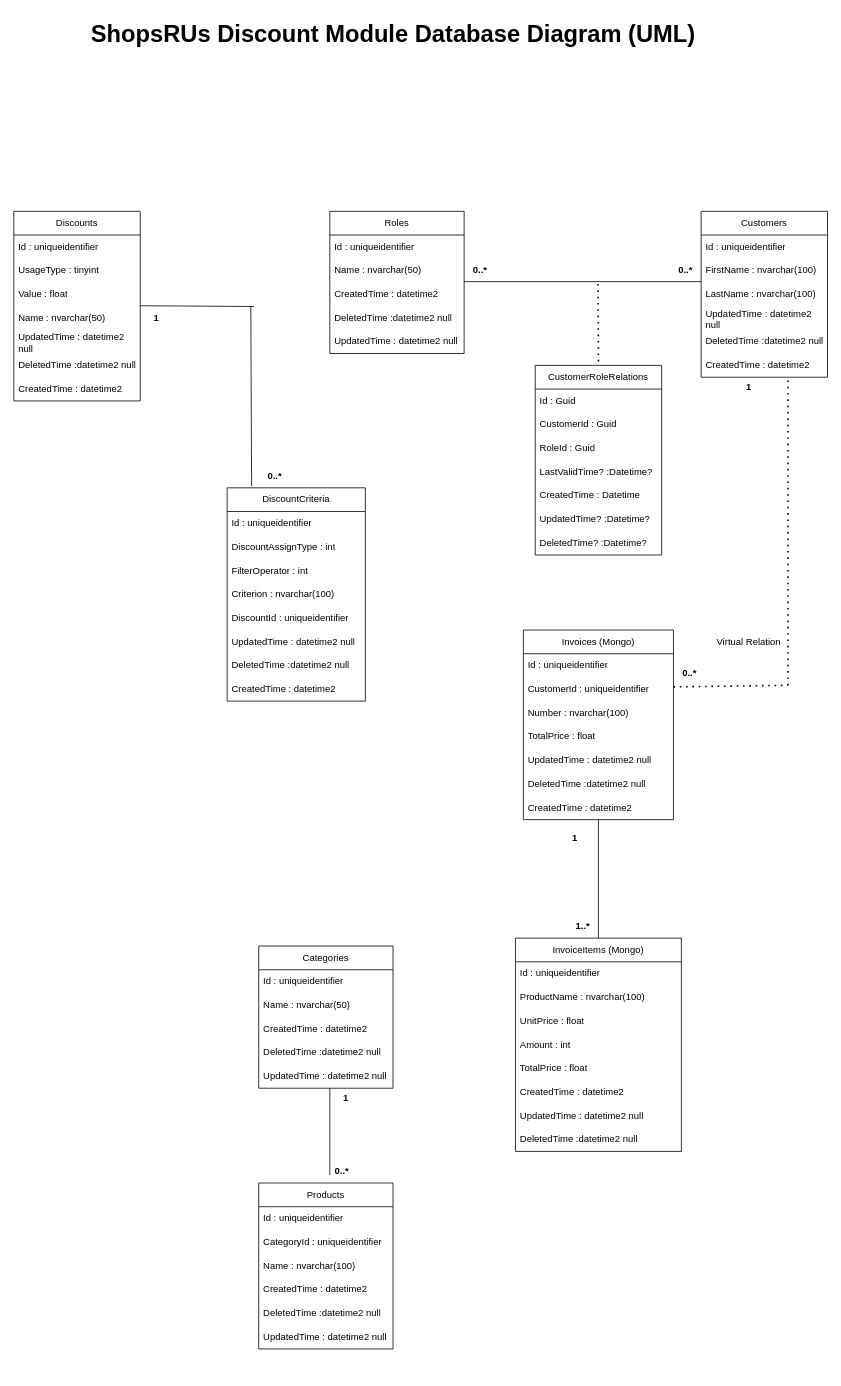
This is _DbUml/db_uml.drawio from alperbasda/Shop, a draw.io file, before an edit. Source tidied: cells renumbered, new cells numbered last; positions are measured from the earlier drawing's top-left corner, leaving out a move shared by most shapes. Both pictures are drawn from the tidied source at 79%, with x=0, y=0 at pixel (13, 13).
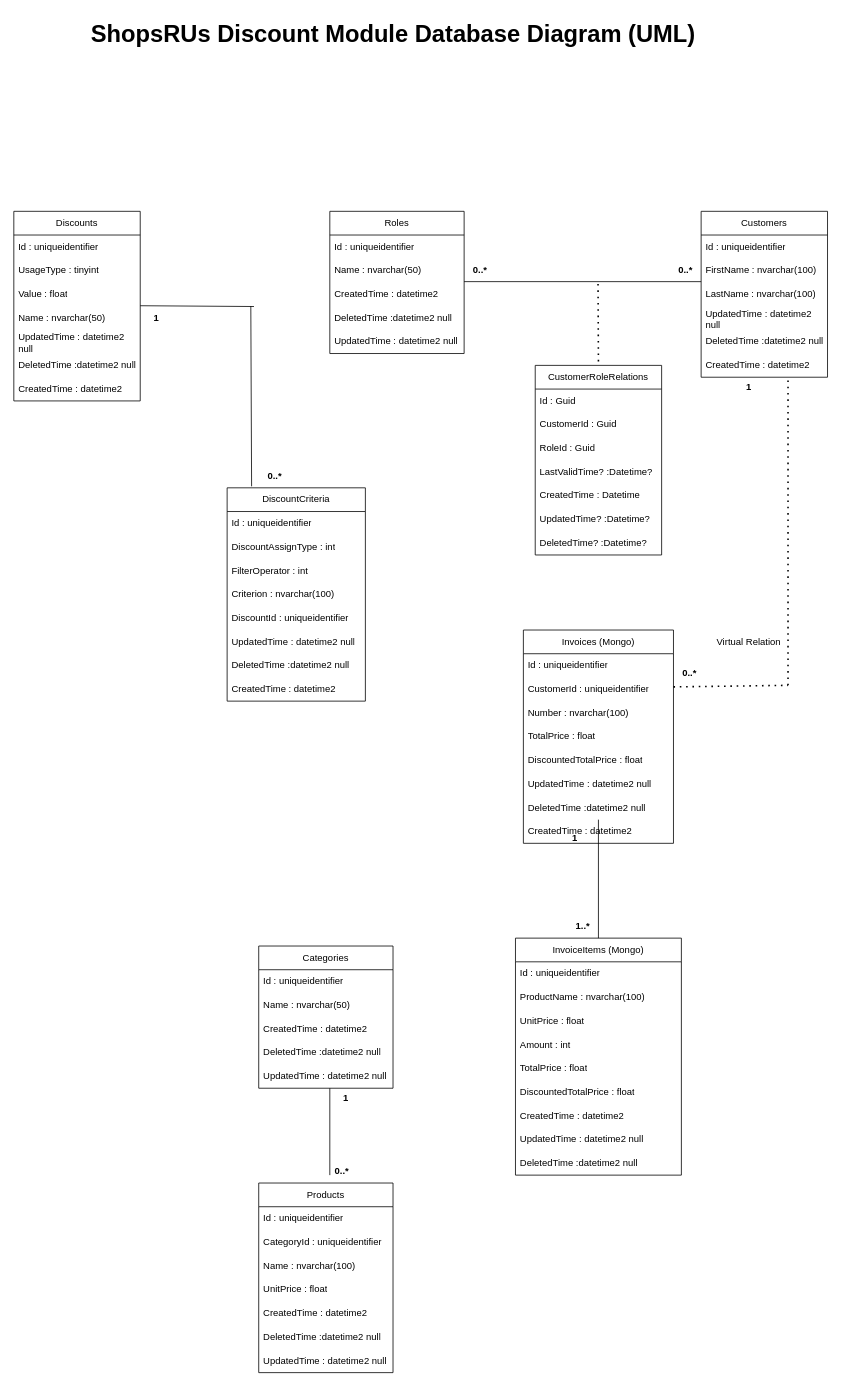
The same diagram, later.

What changed in the source:
```diff
@@
     <mxCell id="44" value="Invoices (Mongo)" style="swimlane;fontStyle=0;horizontal=1;startSize=30;whiteSpace=wrap;html=1;" parent="1" vertex="1">
-      <mxGeometry x="645" y="780" width="190" height="240" as="geometry" />
+      <mxGeometry x="645" y="780" width="190" height="270" as="geometry" />
     </mxCell>
@@
+    <mxCell id="90" value="DiscountedTotalPrice : float" style="text;strokeColor=none;fillColor=none;align=left;verticalAlign=middle;spacingLeft=4;spacingRight=4;overflow=hidden;whiteSpace=wrap;html=1;" parent="44" vertex="1">
+      <mxGeometry y="150" width="190" height="30" as="geometry" />
+    </mxCell>
     <mxCell id="49" value="UpdatedTime :&amp;nbsp;datetime2 null" style="text;strokeColor=none;fillColor=none;align=left;verticalAlign=middle;spacingLeft=4;spacingRight=4;overflow=hidden;whiteSpace=wrap;html=1;" parent="44" vertex="1">
-      <mxGeometry y="150" width="190" height="30" as="geometry" />
+      <mxGeometry y="180" width="190" height="30" as="geometry" />
     </mxCell>
     <mxCell id="50" value="DeletedTime :datetime2 null" style="text;strokeColor=none;fillColor=none;align=left;verticalAlign=middle;spacingLeft=4;spacingRight=4;overflow=hidden;whiteSpace=wrap;html=1;" parent="44" vertex="1">
-      <mxGeometry y="180" width="190" height="30" as="geometry" />
+      <mxGeometry y="210" width="190" height="30" as="geometry" />
     </mxCell>
     <mxCell id="51" value="CreatedTime :&amp;nbsp;datetime2" style="text;strokeColor=none;fillColor=none;align=left;verticalAlign=middle;spacingLeft=4;spacingRight=4;overflow=hidden;whiteSpace=wrap;html=1;" parent="44" vertex="1">
-      <mxGeometry y="210" width="190" height="30" as="geometry" />
+      <mxGeometry y="240" width="190" height="30" as="geometry" />
     </mxCell>
     <mxCell id="52" value="InvoiceItems (Mongo)" style="swimlane;fontStyle=0;horizontal=1;startSize=30;whiteSpace=wrap;html=1;" parent="1" vertex="1">
-      <mxGeometry x="635" y="1170" width="210" height="270" as="geometry" />
+      <mxGeometry x="635" y="1170" width="210" height="300" as="geometry" />
     </mxCell>
@@
+    <mxCell id="91" value="DiscountedTotalPrice : float" style="text;strokeColor=none;fillColor=none;align=left;verticalAlign=middle;spacingLeft=4;spacingRight=4;overflow=hidden;whiteSpace=wrap;html=1;" parent="52" vertex="1">
+      <mxGeometry y="180" width="210" height="30" as="geometry" />
+    </mxCell>
     <mxCell id="58" value="CreatedTime :&amp;nbsp;datetime2" style="text;strokeColor=none;fillColor=none;align=left;verticalAlign=middle;spacingLeft=4;spacingRight=4;overflow=hidden;whiteSpace=wrap;html=1;" parent="52" vertex="1">
-      <mxGeometry y="180" width="210" height="30" as="geometry" />
+      <mxGeometry y="210" width="210" height="30" as="geometry" />
     </mxCell>
     <mxCell id="59" value="UpdatedTime :&amp;nbsp;datetime2 null" style="text;strokeColor=none;fillColor=none;align=left;verticalAlign=middle;spacingLeft=4;spacingRight=4;overflow=hidden;whiteSpace=wrap;html=1;" parent="52" vertex="1">
-      <mxGeometry y="210" width="210" height="30" as="geometry" />
+      <mxGeometry y="240" width="210" height="30" as="geometry" />
     </mxCell>
     <mxCell id="60" value="DeletedTime :datetime2 null" style="text;strokeColor=none;fillColor=none;align=left;verticalAlign=middle;spacingLeft=4;spacingRight=4;overflow=hidden;whiteSpace=wrap;html=1;" parent="52" vertex="1">
-      <mxGeometry y="240" width="210" height="30" as="geometry" />
+      <mxGeometry y="270" width="210" height="30" as="geometry" />
     </mxCell>
@@
     <mxCell id="72" value="Products" style="swimlane;fontStyle=0;horizontal=1;startSize=30;whiteSpace=wrap;html=1;" parent="1" vertex="1">
-      <mxGeometry x="310" y="1480" width="170" height="210" as="geometry" />
+      <mxGeometry x="310" y="1480" width="170" height="240" as="geometry" />
     </mxCell>
@@
+    <mxCell id="92" value="UnitPrice : float" style="text;strokeColor=none;fillColor=none;align=left;verticalAlign=middle;spacingLeft=4;spacingRight=4;overflow=hidden;whiteSpace=wrap;html=1;" parent="72" vertex="1">
+      <mxGeometry y="120" width="170" height="30" as="geometry" />
+    </mxCell>
     <mxCell id="76" value="CreatedTime :&amp;nbsp;datetime2" style="text;strokeColor=none;fillColor=none;align=left;verticalAlign=middle;spacingLeft=4;spacingRight=4;overflow=hidden;whiteSpace=wrap;html=1;" parent="72" vertex="1">
-      <mxGeometry y="120" width="170" height="30" as="geometry" />
+      <mxGeometry y="150" width="170" height="30" as="geometry" />
     </mxCell>
     <mxCell id="77" value="DeletedTime :datetime2 null" style="text;strokeColor=none;fillColor=none;align=left;verticalAlign=middle;spacingLeft=4;spacingRight=4;overflow=hidden;whiteSpace=wrap;html=1;" parent="72" vertex="1">
-      <mxGeometry y="150" width="170" height="30" as="geometry" />
+      <mxGeometry y="180" width="170" height="30" as="geometry" />
     </mxCell>
     <mxCell id="78" value="UpdatedTime :&amp;nbsp;datetime2 null" style="text;strokeColor=none;fillColor=none;align=left;verticalAlign=middle;spacingLeft=4;spacingRight=4;overflow=hidden;whiteSpace=wrap;html=1;" parent="72" vertex="1">
-      <mxGeometry y="180" width="170" height="30" as="geometry" />
+      <mxGeometry y="210" width="170" height="30" as="geometry" />
     </mxCell>
```
